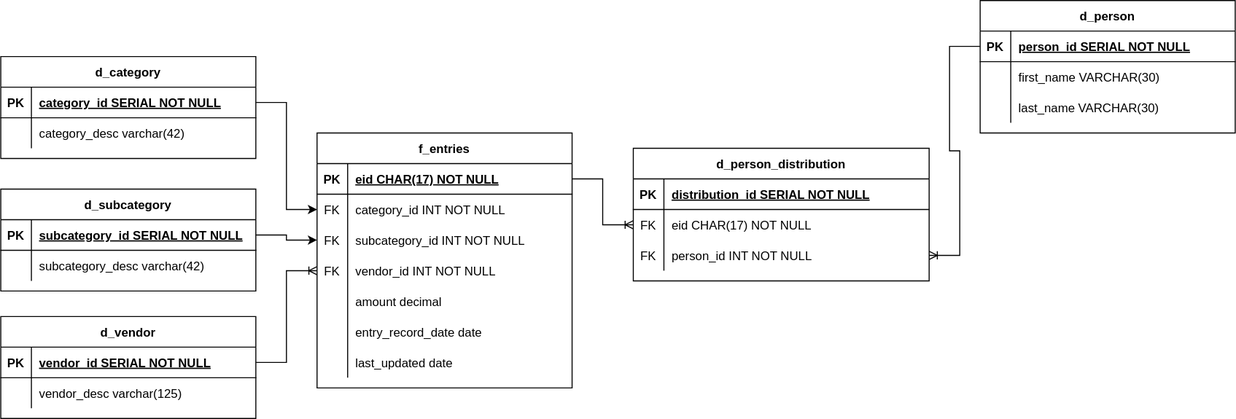
Before: diagram/penny-schema.svg, a diagram exported from draw.io (fatteryacid/penny). Source tidied: cells renumbered, new cells last; positions are measured from the earlier drawing's top-left corner, leaving out a move shared by most shapes.
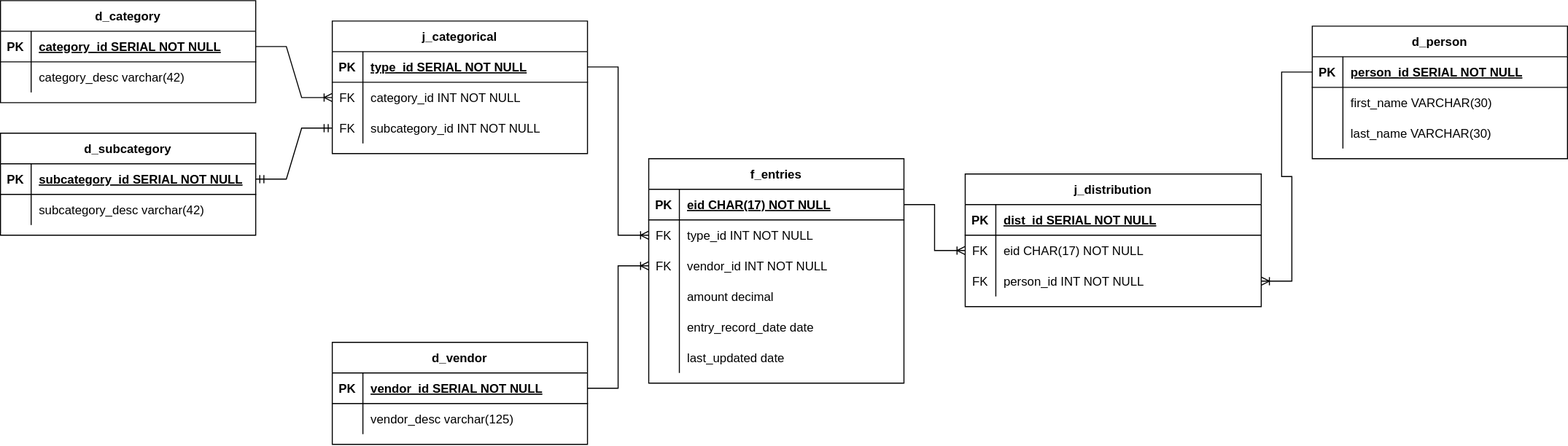
Above is the later version.

The edit, as a diff of the source:
```diff
@@ -33,7 +33,7 @@
       <mxGeometry x="30" width="220" height="30" as="geometry" />
     </mxCell>
     <mxCell id="12" value="d_category" style="shape=table;startSize=30;rowLines=0;fontStyle=1;align=center;" parent="1" vertex="1">
-      <mxGeometry y="55" width="250" height="100" as="geometry" />
+      <mxGeometry x="-325" y="-25" width="250" height="100" as="geometry" />
     </mxCell>
     <mxCell id="13" style="shape=partialRectangle;fillColor=none;points=[[0,0.5],[1,0.5]];portConstraint=eastwest;top=0;left=0;right=0;bottom=1;" parent="12" vertex="1">
       <mxGeometry y="30" width="250" height="30" as="geometry" />
@@ -54,7 +54,7 @@
       <mxGeometry x="30" width="220" height="30" as="geometry" />
     </mxCell>
     <mxCell id="19" value="f_entries" style="shape=table;startSize=30;rowLines=0;fontStyle=1;align=center;" parent="1" vertex="1">
-      <mxGeometry x="310" y="130" width="250" height="250" as="geometry" />
+      <mxGeometry x="310" y="130" width="250" height="220" as="geometry" />
     </mxCell>
     <mxCell id="20" style="shape=partialRectangle;fillColor=none;points=[[0,0.5],[1,0.5]];portConstraint=eastwest;top=0;left=0;right=0;bottom=1;" parent="19" vertex="1">
       <mxGeometry y="30" width="250" height="30" as="geometry" />
@@ -65,26 +65,17 @@
     <mxCell id="22" value="eid CHAR(17) NOT NULL" style="shape=partialRectangle;overflow=hidden;fillColor=none;top=0;left=0;bottom=0;right=0;align=left;spacingLeft=6;fontStyle=5;" parent="20" vertex="1">
       <mxGeometry x="30" width="220" height="30" as="geometry" />
     </mxCell>
-    <mxCell id="23" style="shape=partialRectangle;fillColor=none;points=[[0,0.5],[1,0.5]];portConstraint=eastwest;top=0;left=0;right=0;bottom=0;" parent="19" vertex="1">
-      <mxGeometry y="60" width="250" height="30" as="geometry" />
-    </mxCell>
-    <mxCell id="24" value="FK" style="shape=partialRectangle;overflow=hidden;fillColor=none;top=0;left=0;bottom=0;right=0;" parent="23" vertex="1">
-      <mxGeometry width="30" height="30" as="geometry" />
-    </mxCell>
-    <mxCell id="25" value="category_id INT NOT NULL" style="shape=partialRectangle;overflow=hidden;fillColor=none;top=0;left=0;bottom=0;right=0;align=left;spacingLeft=6;" parent="23" vertex="1">
-      <mxGeometry x="30" width="220" height="30" as="geometry" />
-    </mxCell>
     <mxCell id="26" style="shape=partialRectangle;fillColor=none;points=[[0,0.5],[1,0.5]];portConstraint=eastwest;top=0;left=0;right=0;bottom=0;" parent="19" vertex="1">
-      <mxGeometry y="90" width="250" height="30" as="geometry" />
+      <mxGeometry y="60" width="250" height="30" as="geometry" />
     </mxCell>
     <mxCell id="27" value="FK" style="shape=partialRectangle;overflow=hidden;fillColor=none;top=0;left=0;bottom=0;right=0;" parent="26" vertex="1">
       <mxGeometry width="30" height="30" as="geometry" />
     </mxCell>
-    <mxCell id="28" value="subcategory_id INT NOT NULL" style="shape=partialRectangle;overflow=hidden;fillColor=none;top=0;left=0;bottom=0;right=0;align=left;spacingLeft=6;" parent="26" vertex="1">
+    <mxCell id="28" value="type_id INT NOT NULL" style="shape=partialRectangle;overflow=hidden;fillColor=none;top=0;left=0;bottom=0;right=0;align=left;spacingLeft=6;" parent="26" vertex="1">
       <mxGeometry x="30" width="220" height="30" as="geometry" />
     </mxCell>
     <mxCell id="29" style="shape=partialRectangle;fillColor=none;points=[[0,0.5],[1,0.5]];portConstraint=eastwest;top=0;left=0;right=0;bottom=0;" parent="19" vertex="1">
-      <mxGeometry y="120" width="250" height="30" as="geometry" />
+      <mxGeometry y="90" width="250" height="30" as="geometry" />
     </mxCell>
     <mxCell id="30" value="FK" style="shape=partialRectangle;overflow=hidden;fillColor=none;top=0;left=0;bottom=0;right=0;" parent="29" vertex="1">
       <mxGeometry width="30" height="30" as="geometry" />
@@ -93,7 +84,7 @@
       <mxGeometry x="30" width="220" height="30" as="geometry" />
     </mxCell>
     <mxCell id="32" style="shape=partialRectangle;fillColor=none;top=0;left=0;right=0;bottom=0;" parent="19" vertex="1">
-      <mxGeometry y="150" width="250" height="30" as="geometry" />
+      <mxGeometry y="120" width="250" height="30" as="geometry" />
     </mxCell>
     <mxCell id="33" style="shape=partialRectangle;overflow=hidden;fillColor=none;top=0;left=0;bottom=0;right=0;" parent="32" vertex="1">
       <mxGeometry width="30" height="30" as="geometry" />
@@ -102,7 +93,7 @@
       <mxGeometry x="30" width="220" height="30" as="geometry" />
     </mxCell>
     <mxCell id="35" style="shape=partialRectangle;fillColor=none;top=0;left=0;right=0;bottom=0;" parent="19" vertex="1">
-      <mxGeometry y="180" width="250" height="30" as="geometry" />
+      <mxGeometry y="150" width="250" height="30" as="geometry" />
     </mxCell>
     <mxCell id="36" style="shape=partialRectangle;overflow=hidden;fillColor=none;top=0;left=0;bottom=0;right=0;" parent="35" vertex="1">
       <mxGeometry width="30" height="30" as="geometry" />
@@ -111,7 +102,7 @@
       <mxGeometry x="30" width="220" height="30" as="geometry" />
     </mxCell>
     <mxCell id="38" style="shape=partialRectangle;fillColor=none;top=0;left=0;right=0;bottom=0;" parent="19" vertex="1">
-      <mxGeometry y="210" width="250" height="30" as="geometry" />
+      <mxGeometry y="180" width="250" height="30" as="geometry" />
     </mxCell>
     <mxCell id="39" style="shape=partialRectangle;overflow=hidden;fillColor=none;top=0;left=0;bottom=0;right=0;" parent="38" vertex="1">
       <mxGeometry width="30" height="30" as="geometry" />
@@ -120,7 +111,7 @@
       <mxGeometry x="30" width="220" height="30" as="geometry" />
     </mxCell>
     <mxCell id="41" value="d_subcategory" style="shape=table;startSize=30;rowLines=0;fontStyle=1;align=center;" parent="1" vertex="1">
-      <mxGeometry y="185" width="250" height="100" as="geometry" />
+      <mxGeometry x="-325" y="105" width="250" height="100" as="geometry" />
     </mxCell>
     <mxCell id="42" style="shape=partialRectangle;fillColor=none;points=[[0,0.5],[1,0.5]];portConstraint=eastwest;top=0;left=0;right=0;bottom=1;" parent="41" vertex="1">
       <mxGeometry y="30" width="250" height="30" as="geometry" />
@@ -161,7 +152,7 @@
     <mxCell id="54" value="vendor_desc varchar(125)" style="shape=partialRectangle;overflow=hidden;fillColor=none;top=0;left=0;bottom=0;right=0;align=left;spacingLeft=6;" parent="52" vertex="1">
       <mxGeometry x="30" width="220" height="30" as="geometry" />
     </mxCell>
-    <mxCell id="55" value="d_person_distribution" style="shape=table;startSize=30;rowLines=0;fontStyle=1;align=center;" parent="1" vertex="1">
+    <mxCell id="55" value="j_distribution" style="shape=table;startSize=30;rowLines=0;fontStyle=1;align=center;" parent="1" vertex="1">
       <mxGeometry x="620" y="145" width="290" height="130" as="geometry" />
     </mxCell>
     <mxCell id="56" style="shape=partialRectangle;fillColor=none;top=0;left=0;right=0;bottom=1;" parent="55" vertex="1">
@@ -170,7 +161,7 @@
     <mxCell id="57" value="PK" style="shape=partialRectangle;overflow=hidden;fillColor=none;top=0;left=0;bottom=0;right=0;fontStyle=1;" parent="56" vertex="1">
       <mxGeometry width="30" height="30" as="geometry" />
     </mxCell>
-    <mxCell id="58" value="distribution_id SERIAL NOT NULL" style="shape=partialRectangle;overflow=hidden;fillColor=none;top=0;left=0;bottom=0;right=0;align=left;spacingLeft=6;fontStyle=5;" parent="56" vertex="1">
+    <mxCell id="58" value="dist_id SERIAL NOT NULL" style="shape=partialRectangle;overflow=hidden;fillColor=none;top=0;left=0;bottom=0;right=0;align=left;spacingLeft=6;fontStyle=5;" parent="56" vertex="1">
       <mxGeometry x="30" width="260" height="30" as="geometry" />
     </mxCell>
     <mxCell id="59" style="shape=partialRectangle;fillColor=none;points=[[0,0.5],[1,0.5]];portConstraint=eastwest;top=0;left=0;right=0;bottom=0;" parent="55" vertex="1">
@@ -197,14 +188,47 @@
     <mxCell id="66" style="edgeStyle=entityRelationEdgeStyle;fontSize=12;html=1;endArrow=ERoneToMany;rounded=0;entryX=1;entryY=0.5;entryDx=0;entryDy=0;exitX=0;exitY=0.5;exitDx=0;exitDy=0;" parent="1" edge="1" source="3" target="62">
       <mxGeometry relative="1" as="geometry" />
     </mxCell>
+    <mxCell id="69" style="edgeStyle=entityRelationEdgeStyle;fontSize=12;html=1;endArrow=ERoneToMany;rounded=0;" parent="1" edge="1" source="20" target="59">
+      <mxGeometry relative="1" as="geometry" />
+    </mxCell>
+    <mxCell id="70" value="j_categorical" style="shape=table;startSize=30;rowLines=0;fontStyle=1;align=center;" parent="1" vertex="1">
+      <mxGeometry y="-5" width="250" height="130" as="geometry" />
+    </mxCell>
+    <mxCell id="71" style="shape=partialRectangle;fillColor=none;points=[[0,0.5],[1,0.5]];portConstraint=eastwest;top=0;left=0;right=0;bottom=1;" parent="70" vertex="1">
+      <mxGeometry y="30" width="250" height="30" as="geometry" />
+    </mxCell>
+    <mxCell id="72" value="PK" style="shape=partialRectangle;overflow=hidden;fillColor=none;top=0;left=0;bottom=0;right=0;fontStyle=1;" parent="71" vertex="1">
+      <mxGeometry width="30" height="30" as="geometry" />
+    </mxCell>
+    <mxCell id="73" value="type_id SERIAL NOT NULL" style="shape=partialRectangle;overflow=hidden;fillColor=none;top=0;left=0;bottom=0;right=0;align=left;spacingLeft=6;fontStyle=5;" parent="71" vertex="1">
+      <mxGeometry x="30" width="220" height="30" as="geometry" />
+    </mxCell>
+    <mxCell id="23" style="shape=partialRectangle;fillColor=none;points=[[0,0.5],[1,0.5]];portConstraint=eastwest;top=0;left=0;right=0;bottom=0;" parent="70" vertex="1">
+      <mxGeometry y="60" width="250" height="30" as="geometry" />
+    </mxCell>
+    <mxCell id="74" value="FK" style="shape=partialRectangle;overflow=hidden;fillColor=none;top=0;left=0;bottom=0;right=0;" parent="23" vertex="1">
+      <mxGeometry width="30" height="30" as="geometry" />
+    </mxCell>
+    <mxCell id="25" value="category_id INT NOT NULL" style="shape=partialRectangle;overflow=hidden;fillColor=none;top=0;left=0;bottom=0;right=0;align=left;spacingLeft=6;" parent="23" vertex="1">
+      <mxGeometry x="30" width="220" height="30" as="geometry" />
+    </mxCell>
+    <mxCell id="75" style="shape=partialRectangle;fillColor=none;points=[[0,0.5],[1,0.5]];portConstraint=eastwest;top=0;left=0;right=0;bottom=0;" parent="70" vertex="1">
+      <mxGeometry y="90" width="250" height="30" as="geometry" />
+    </mxCell>
+    <mxCell id="76" value="FK" style="shape=partialRectangle;overflow=hidden;fillColor=none;top=0;left=0;bottom=0;right=0;" parent="75" vertex="1">
+      <mxGeometry width="30" height="30" as="geometry" />
+    </mxCell>
+    <mxCell id="77" value="subcategory_id INT NOT NULL" style="shape=partialRectangle;overflow=hidden;fillColor=none;top=0;left=0;bottom=0;right=0;align=left;spacingLeft=6;" parent="75" vertex="1">
+      <mxGeometry x="30" width="220" height="30" as="geometry" />
+    </mxCell>
-    <mxCell id="67" style="edgeStyle=orthogonalEdgeStyle;rounded=0;jettySize=auto;html=1;entryX=0;entryY=0.5;entryDx=0;entryDy=0;" parent="1" edge="1" source="13" target="23">
+    <mxCell id="67" style="edgeStyle=entityRelationEdgeStyle;fontSize=12;html=1;endArrow=ERoneToMany;rounded=0;exitX=1;exitY=0.5;exitDx=0;exitDy=0;entryX=0;entryY=0.5;entryDx=0;entryDy=0;" parent="1" edge="1" source="13" target="23">
       <mxGeometry relative="1" as="geometry" />
     </mxCell>
-    <mxCell id="68" style="edgeStyle=orthogonalEdgeStyle;rounded=0;jettySize=auto;html=1;entryX=0;entryY=0.5;entryDx=0;entryDy=0;" parent="1" edge="1" source="42" target="26">
-      <mxGeometry relative="1" as="geometry" />
-    </mxCell>
-    <mxCell id="69" style="edgeStyle=entityRelationEdgeStyle;fontSize=12;html=1;endArrow=ERoneToMany;rounded=0;" parent="1" edge="1" source="20" target="59">
-      <mxGeometry relative="1" as="geometry" />
-    </mxCell>
+    <mxCell id="78" style="edgeStyle=entityRelationEdgeStyle;fontSize=12;html=1;endArrow=ERmandOne;startArrow=ERmandOne;rounded=0;" parent="1" edge="1" source="42" target="75">
+      <mxGeometry relative="1" as="geometry" />
+    </mxCell>
+    <mxCell id="79" style="edgeStyle=entityRelationEdgeStyle;fontSize=12;html=1;endArrow=ERoneToMany;rounded=0;entryX=0;entryY=0.5;entryDx=0;entryDy=0;" parent="1" edge="1" source="71" target="26">
+      <mxGeometry relative="1" as="geometry" />
+    </mxCell>
   </root>
 </mxGraphModel>
```
